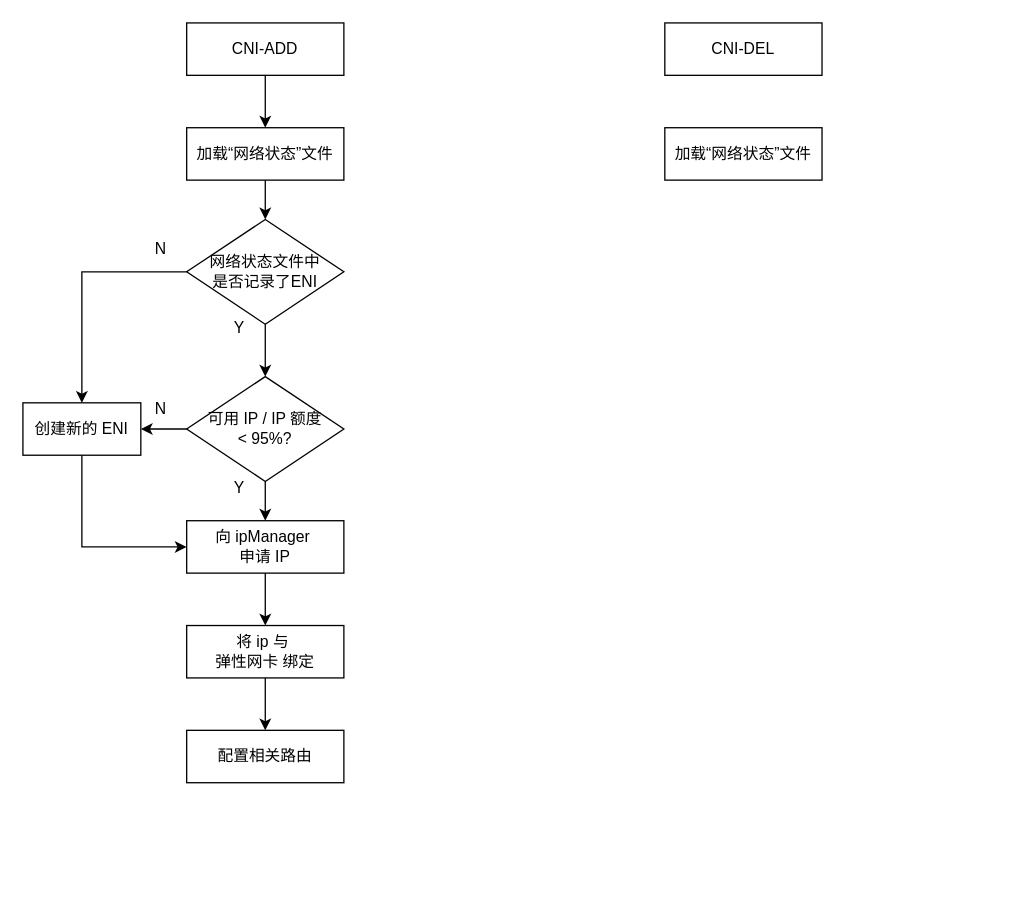
Before: cni-eni.drawio in cityofwang/beats, a draw.io diagram. Source tidied: cells renumbered, new cells numbered last; positions are measured from the earlier drawing's top-left corner, leaving out a move shared by most shapes. Both pictures are drawn from the tidied source at 131%, with x=0, y=0 at pixel (22, 22).
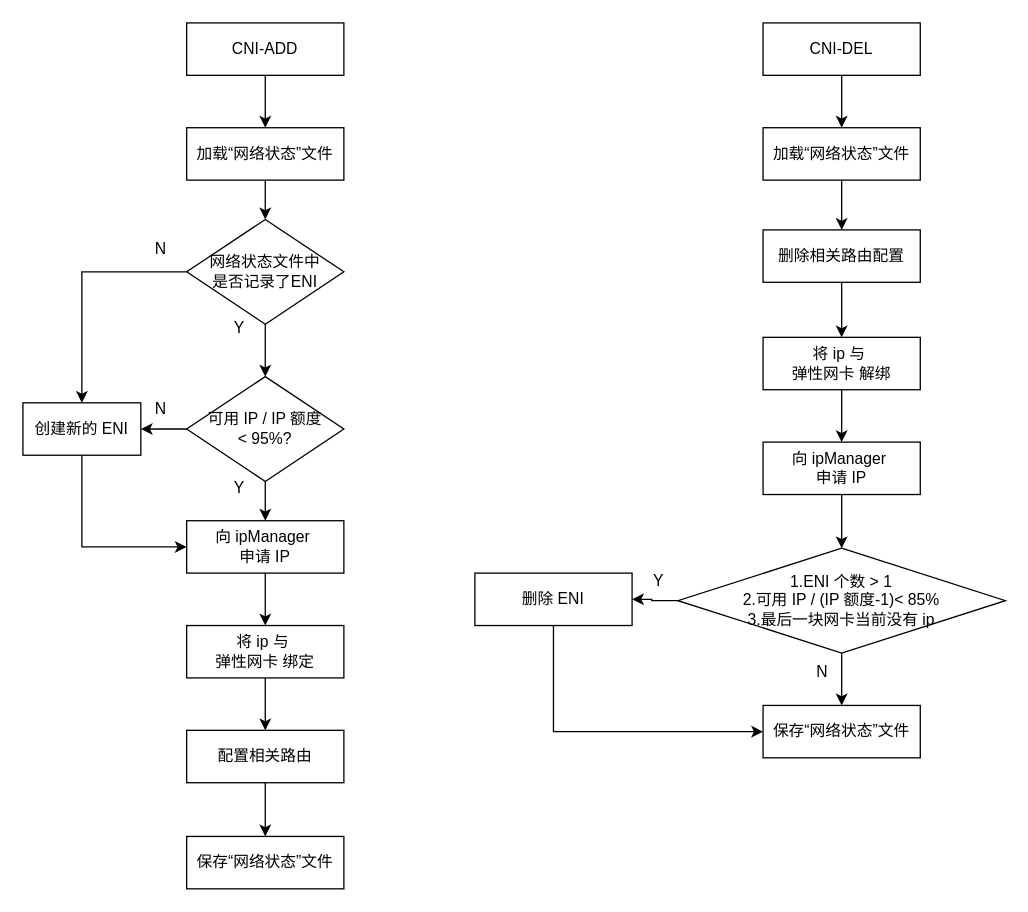
The same diagram, later.

The change refers to these unchanged cells:
```xml
<mxCell id="22" value="配置相关路由" style="rounded=0;whiteSpace=wrap;html=1;fillColor=none;" parent="1" vertex="1">
  <mxGeometry x="125" y="540" width="120" height="40" as="geometry" />
</mxCell>
```

Change to the diagram source:
```diff
@@
+    <mxCell id="25" style="edgeStyle=orthogonalEdgeStyle;rounded=0;jettySize=auto;html=1;entryX=0.5;entryY=0;entryDx=0;entryDy=0;" parent="1" edge="1" source="6" target="24">
+      <mxGeometry relative="1" as="geometry" />
+    </mxCell>
     <mxCell id="6" value="CNI-DEL" style="rounded=0;whiteSpace=wrap;html=1;fillColor=none;" parent="1" vertex="1">
-      <mxGeometry x="490" width="120" height="40" as="geometry" />
+      <mxGeometry x="565" width="120" height="40" as="geometry" />
     </mxCell>
@@
+    <mxCell id="26" style="edgeStyle=orthogonalEdgeStyle;rounded=0;jettySize=auto;html=1;entryX=0.5;entryY=0;entryDx=0;entryDy=0;" parent="1" edge="1" source="22" target="39">
+      <mxGeometry relative="1" as="geometry" />
+    </mxCell>
@@
+    <mxCell id="27" style="edgeStyle=orthogonalEdgeStyle;rounded=0;jettySize=auto;html=1;entryX=0.5;entryY=0;entryDx=0;entryDy=0;" parent="1" edge="1" source="24" target="29">
+      <mxGeometry relative="1" as="geometry" />
+    </mxCell>
     <mxCell id="24" value="加载“网络状态”文件" style="rounded=0;whiteSpace=wrap;html=1;fillColor=none;" parent="1" vertex="1">
-      <mxGeometry x="490" y="80" width="120" height="40" as="geometry" />
+      <mxGeometry x="565" y="80" width="120" height="40" as="geometry" />
     </mxCell>
+    <mxCell id="28" style="edgeStyle=orthogonalEdgeStyle;rounded=0;jettySize=auto;html=1;entryX=0.5;entryY=0;entryDx=0;entryDy=0;" parent="1" edge="1" source="29" target="31">
+      <mxGeometry relative="1" as="geometry" />
+    </mxCell>
+    <mxCell id="29" value="删除相关路由配置" style="rounded=0;whiteSpace=wrap;html=1;fillColor=none;" parent="1" vertex="1">
+      <mxGeometry x="565" y="158" width="120" height="40" as="geometry" />
+    </mxCell>
+    <mxCell id="30" style="edgeStyle=orthogonalEdgeStyle;rounded=0;jettySize=auto;html=1;entryX=0.5;entryY=0;entryDx=0;entryDy=0;" parent="1" edge="1" source="31" target="33">
+      <mxGeometry relative="1" as="geometry" />
+    </mxCell>
+    <mxCell id="31" value="将 ip 与&amp;nbsp;&lt;div&gt;&lt;span style=&quot;background-color: initial;&quot;&gt;弹性网卡&amp;nbsp;&lt;/span&gt;解绑&lt;/div&gt;" style="rounded=0;whiteSpace=wrap;html=1;fillColor=none;" parent="1" vertex="1">
+      <mxGeometry x="565" y="240" width="120" height="40" as="geometry" />
+    </mxCell>
+    <mxCell id="32" style="edgeStyle=orthogonalEdgeStyle;rounded=0;jettySize=auto;html=1;entryX=0.5;entryY=0;entryDx=0;entryDy=0;" parent="1" edge="1" source="33" target="36">
+      <mxGeometry relative="1" as="geometry" />
+    </mxCell>
+    <mxCell id="33" value="向 ipManager&amp;nbsp;&lt;div&gt;申请 IP&lt;/div&gt;" style="rounded=0;whiteSpace=wrap;html=1;fillColor=none;" parent="1" vertex="1">
+      <mxGeometry x="565" y="320" width="120" height="40" as="geometry" />
+    </mxCell>
+    <mxCell id="34" style="edgeStyle=orthogonalEdgeStyle;rounded=0;jettySize=auto;html=1;" parent="1" edge="1" source="36" target="38">
+      <mxGeometry relative="1" as="geometry" />
+    </mxCell>
+    <mxCell id="35" style="edgeStyle=orthogonalEdgeStyle;rounded=0;jettySize=auto;html=1;" parent="1" edge="1" source="36" target="40">
+      <mxGeometry relative="1" as="geometry" />
+    </mxCell>
+    <mxCell id="36" value="&lt;div&gt;&lt;span style=&quot;background-color: initial;&quot;&gt;1.ENI 个数 &amp;gt; 1&lt;/span&gt;&lt;/div&gt;&lt;div&gt;&lt;span style=&quot;background-color: initial;&quot;&gt;2.可用 IP / (IP 额度-1)&lt;/span&gt;&lt;span style=&quot;background-color: initial;&quot;&gt;&amp;lt; 85%&lt;/span&gt;&lt;/div&gt;&lt;div&gt;&lt;span style=&quot;background-color: initial;&quot;&gt;3.&lt;/span&gt;&lt;span style=&quot;background-color: initial;&quot;&gt;最后一块网卡当前没有 ip&lt;/span&gt;&lt;/div&gt;" style="rhombus;whiteSpace=wrap;html=1;fillColor=none;align=center;" parent="1" vertex="1">
+      <mxGeometry x="500" y="401" width="250" height="80" as="geometry" />
+    </mxCell>
+    <mxCell id="37" style="edgeStyle=orthogonalEdgeStyle;rounded=0;jettySize=auto;html=1;entryX=0;entryY=0.5;entryDx=0;entryDy=0;exitX=0.5;exitY=1;exitDx=0;exitDy=0;" parent="1" edge="1" source="38" target="40">
+      <mxGeometry relative="1" as="geometry" />
+    </mxCell>
+    <mxCell id="38" value="删除 ENI" style="rounded=0;whiteSpace=wrap;html=1;fillColor=none;" parent="1" vertex="1">
+      <mxGeometry x="345" y="420" width="120" height="40" as="geometry" />
+    </mxCell>
+    <mxCell id="39" value="保存“网络状态”文件" style="rounded=0;whiteSpace=wrap;html=1;fillColor=none;" parent="1" vertex="1">
+      <mxGeometry x="125" y="621" width="120" height="40" as="geometry" />
+    </mxCell>
+    <mxCell id="40" value="保存“网络状态”文件" style="rounded=0;whiteSpace=wrap;html=1;fillColor=none;" parent="1" vertex="1">
+      <mxGeometry x="565" y="521" width="120" height="40" as="geometry" />
+    </mxCell>
+    <mxCell id="41" value="Y" style="text;html=1;align=center;verticalAlign=middle;strokeColor=none;fillColor=none;" parent="1" vertex="1">
+      <mxGeometry x="470" y="411" width="30" height="30" as="geometry" />
+    </mxCell>
+    <mxCell id="42" value="N" style="text;html=1;align=center;verticalAlign=middle;strokeColor=none;fillColor=none;" parent="1" vertex="1">
+      <mxGeometry x="595" y="481" width="30" height="30" as="geometry" />
+    </mxCell>
```
